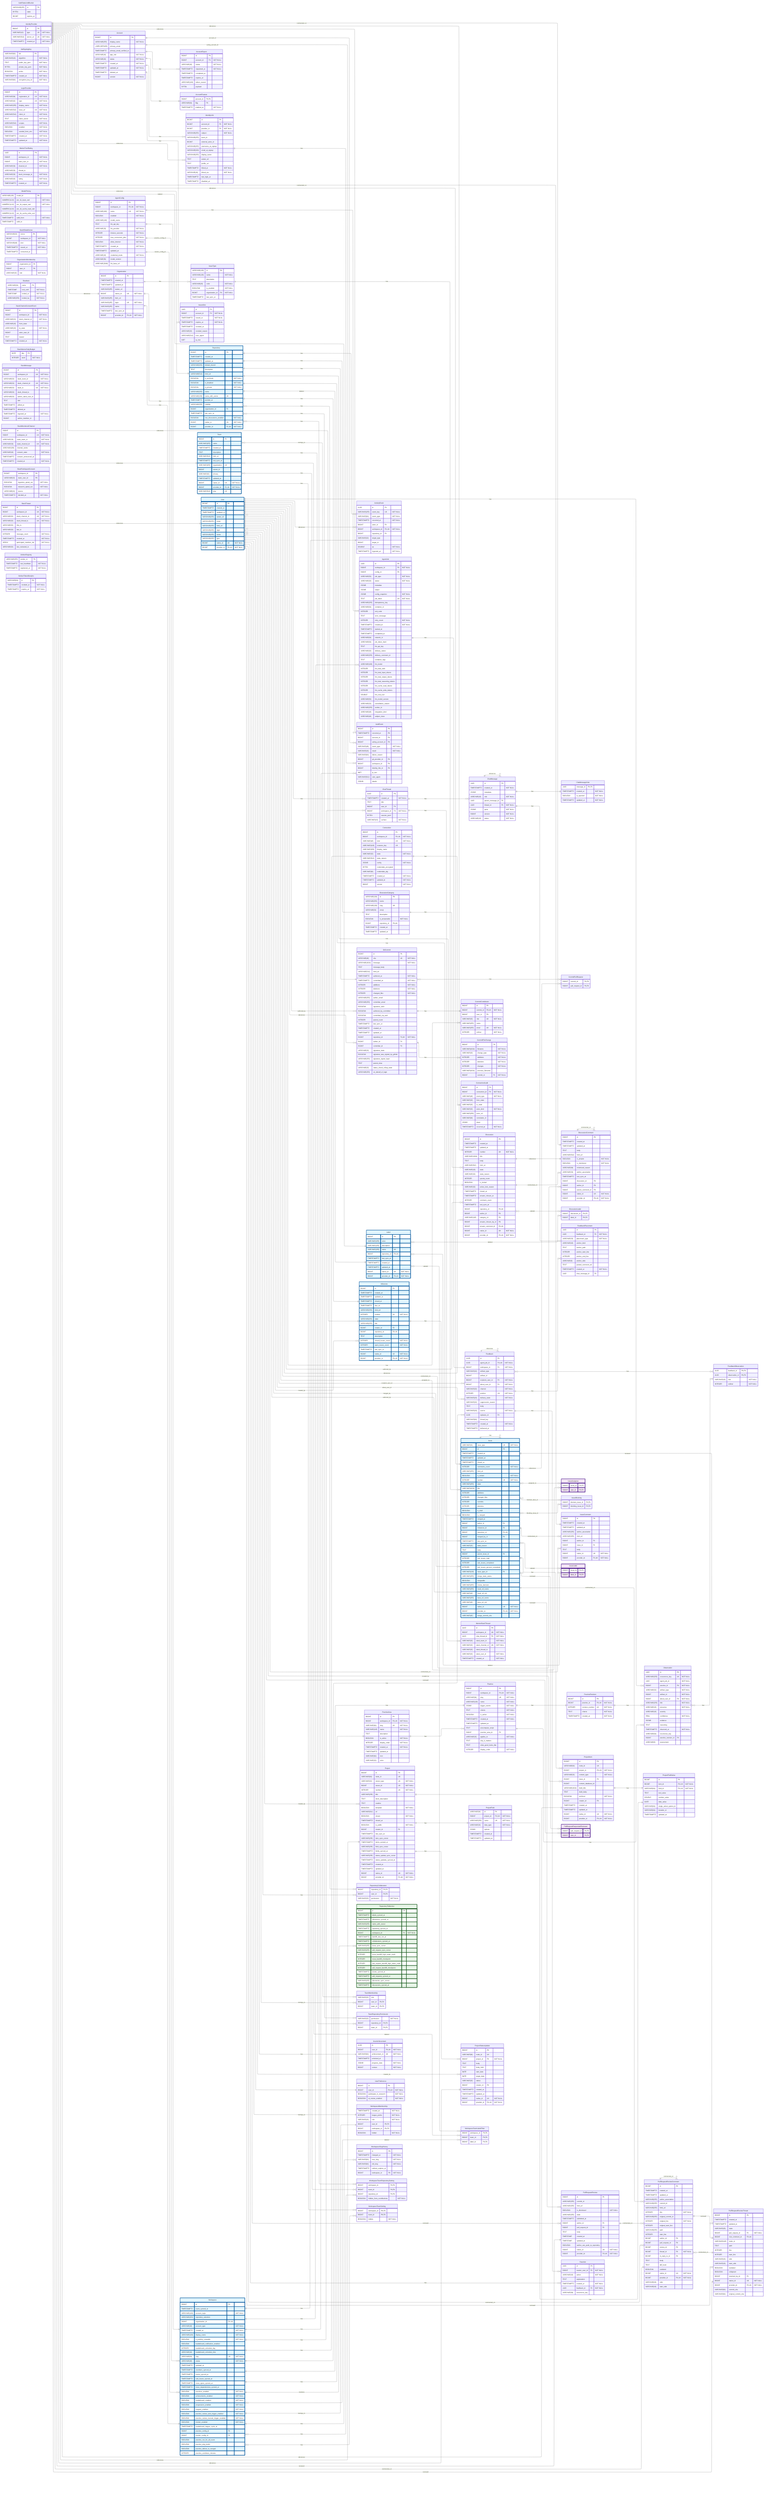
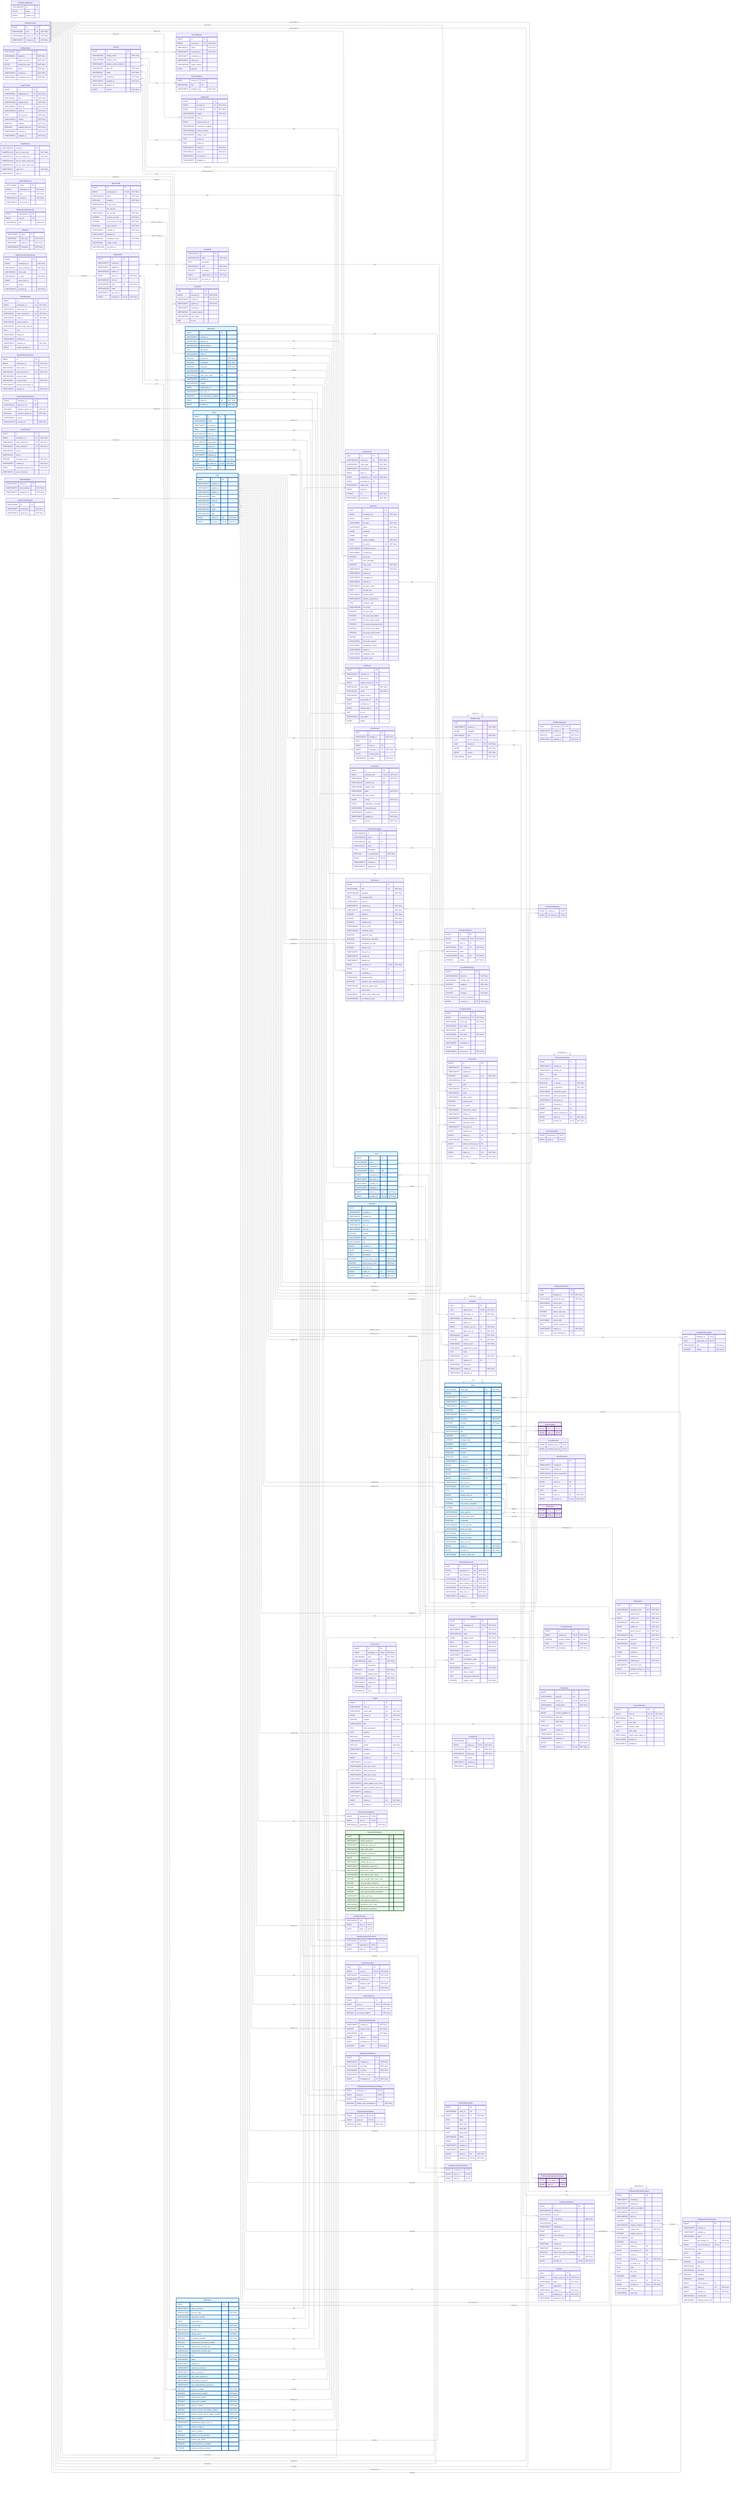
---
config:
    layout: elk
---
erDiagram
    %% Generated automatically from PostgreSQL database schema
    %% using scripts/generate-mermaid-erd.ts
    %% To regenerate: pnpm run db:generate-erd-docs

    direction LR

    Account {
        BIGINT id PK
        VARCHAR(255) display_name "NOT NULL"
        USER-DEFINED primary_email
        TIMESTAMPTZ primary_email_verified_at
        VARCHAR(16) app_role "NOT NULL"
        VARCHAR(16) status "NOT NULL"
        TIMESTAMPTZ created_at "NOT NULL"
        TIMESTAMPTZ updated_at "NOT NULL"
        TIMESTAMPTZ deleted_at
        BIGINT version "NOT NULL"
    }

    AccountExport {
        BIGINT id PK
        BIGINT account_id FK "NOT NULL"
        VARCHAR(16) status "NOT NULL"
        TIMESTAMPTZ requested_at "NOT NULL"
        TIMESTAMPTZ completed_at
        TIMESTAMPTZ expires_at
        VARCHAR(128) failure_reason
        BYTEA payload
    }

    AccountFeature {
        BIGINT account_id PK,FK
        VARCHAR(64) flag PK
        TIMESTAMPTZ enabled_at "NOT NULL"
    }

    ActivityEvent {
        UUID id PK
        VARCHAR(255) event_key UK "NOT NULL"
        VARCHAR(64) event_type "NOT NULL"
        TIMESTAMPTZ occurred_at "NOT NULL"
        BIGINT actor_id FK
        BIGINT workspace_id FK,UK "NOT NULL"
        BIGINT repository_id FK
        VARCHAR(32) target_type
        BIGINT target_id
        DOUBLE xp "NOT NULL"
        TIMESTAMPTZ ingested_at "NOT NULL"
    }

    AgentConfig {
        BIGINT id PK
        BIGINT workspace_id FK,UK "NOT NULL"
        VARCHAR(100) name UK "NOT NULL"
        BOOLEAN enabled "NOT NULL"
        VARCHAR(128) model_name
        TEXT llm_api_key
        VARCHAR(32) llm_provider "NOT NULL"
        INTEGER timeout_seconds "NOT NULL"
        INTEGER max_concurrent_jobs "NOT NULL"
        BOOLEAN allow_internet "NOT NULL"
        TIMESTAMPTZ created_at "NOT NULL"
        TIMESTAMPTZ updated_at
        VARCHAR(16) credential_mode "NOT NULL"
        VARCHAR(50) model_version
        VARCHAR(2048) llm_base_url
    }

    AgentJob {
        UUID id PK
        BIGINT workspace_id FK "NOT NULL"
        BIGINT config_id FK
        VARCHAR(50) job_type "NOT NULL"
        VARCHAR(20) status "NOT NULL"
        JSONB metadata
        JSONB output
        JSONB config_snapshot "NOT NULL"
        TEXT job_token UK "NOT NULL"
        VARCHAR(255) idempotency_key
        VARCHAR(64) container_id
        INTEGER exit_code
        TEXT error_message
        INTEGER retry_count "NOT NULL"
        TIMESTAMPTZ created_at "NOT NULL"
        TIMESTAMPTZ started_at
        TIMESTAMPTZ completed_at
        VARCHAR(64) network_id
        VARCHAR(64) job_token_hash
        TEXT llm_api_key
        VARCHAR(20) delivery_status
        VARCHAR(255) delivery_comment_id
        TEXT container_logs
        VARCHAR(100) llm_model
        INTEGER llm_total_calls
        INTEGER llm_total_input_tokens
        INTEGER llm_total_output_tokens
        INTEGER llm_total_reasoning_tokens
        INTEGER llm_cache_read_tokens
        INTEGER llm_cache_write_tokens
        DOUBLE llm_cost_usd
        VARCHAR(50) llm_model_version
        VARCHAR(32) cancellation_reason
        VARCHAR(255) worker_id
        VARCHAR(48) integration_kind
        VARCHAR(48) subject_class
    }

    AuthEvent {
        BIGINT id PK
        TIMESTAMPTZ occurred_at PK
        BIGINT account_id FK
        BIGINT acting_account_id FK
        VARCHAR(48) event_type "NOT NULL"
        VARCHAR(16) result "NOT NULL"
        VARCHAR(64) failure_reason
        BIGINT git_provider_id FK
        BIGINT workspace_id FK
        BIGINT identity_link_id FK
        INET ip_inet
        VARCHAR(512) user_agent
        JSONB details
    }

    AuthRateLimitBucket {
        VARCHAR(255) id PK
        BYTEA state
        BIGINT expires_at
    }

    ChatMessage {
        UUID id PK
        TIMESTAMPTZ created_at "NOT NULL"
        JSONB metadata
        VARCHAR(16) role "NOT NULL"
        UUID parent_message_id FK
        UUID thread_id FK "NOT NULL"
        JSONB parts "NOT NULL"
        BIGINT version "NOT NULL"
        VARCHAR(16) status "NOT NULL"
    }

    ChatMessageVote {
        UUID message_id PK,FK
        TIMESTAMPTZ created_at "NOT NULL"
        BOOLEAN is_upvoted "NOT NULL"
        TIMESTAMPTZ updated_at "NOT NULL"
    }

    ChatThread {
        UUID id PK
        TIMESTAMPTZ created_at "NOT NULL"
        TEXT title
        BIGINT user_id FK
        BIGINT workspace_id FK "NOT NULL"
        BYTEA session_jsonl
        VARCHAR(16) surface "NOT NULL"
    }

    CommitContributor {
        BIGINT id PK
        BIGINT commit_id FK,UK "NOT NULL"
        BIGINT user_id FK
        VARCHAR(32) role UK "NOT NULL"
        VARCHAR(255) name
        VARCHAR(255) email UK "NOT NULL"
        INTEGER ordinal "NOT NULL"
    }

    CommitFileChange {
        BIGINT id PK
        VARCHAR(1024) filename "NOT NULL"
        VARCHAR(32) change_type "NOT NULL"
        INTEGER additions "NOT NULL"
        INTEGER deletions "NOT NULL"
        INTEGER changes "NOT NULL"
        VARCHAR(1024) previous_filename
        BIGINT commit_id FK "NOT NULL"
    }

    CommitPullRequest {
        BIGINT commit_id PK,FK
        BIGINT pull_request_id PK,FK
    }

    Connection {
        BIGINT id PK
        BIGINT workspace_id FK,UK "NOT NULL"
        VARCHAR(48) kind UK "NOT NULL"
        VARCHAR(128) instance_key UK
        VARCHAR(256) display_name
        VARCHAR(32) state "NOT NULL"
        VARCHAR(512) state_reason
        JSONB config "NOT NULL"
        BYTEA credentials_encrypted
        VARCHAR(64) credentials_alg
        TIMESTAMPTZ created_at "NOT NULL"
        TIMESTAMPTZ updated_at "NOT NULL"
        BIGINT version "NOT NULL"
    }

    ConnectionAudit {
        BIGINT id PK
        BIGINT connection_id FK "NOT NULL"
        VARCHAR(48) event_type "NOT NULL"
        VARCHAR(32) from_state
        VARCHAR(32) to_state
        VARCHAR(32) actor_kind "NOT NULL"
        VARCHAR(256) actor_ref
        VARCHAR(64) correlation_id
        JSONB detail
        TIMESTAMPTZ occurred_at "NOT NULL"
    }

    Discussion {
        BIGINT id PK
        TIMESTAMPTZ created_at
        TIMESTAMPTZ updated_at
        INTEGER number UK "NOT NULL"
        VARCHAR(1024) title
        TEXT body
        VARCHAR(512) html_url
        VARCHAR(16) state
        VARCHAR(32) state_reason
        INTEGER upvote_count
        BOOLEAN is_locked
        VARCHAR(32) active_lock_reason
        TIMESTAMPTZ closed_at
        TIMESTAMPTZ answer_chosen_at
        INTEGER comment_count
        TIMESTAMPTZ last_sync_at
        BIGINT repository_id FK,UK
        BIGINT author_id FK
        VARCHAR(128) category_id FK
        BIGINT answer_chosen_by_id FK
        BIGINT answer_comment_id FK,UK
        BIGINT native_id UK "NOT NULL"
        BIGINT provider_id FK,UK "NOT NULL"
    }

    DiscussionCategory {
        VARCHAR(128) id PK
        VARCHAR(255) name
        VARCHAR(128) slug UK
        VARCHAR(32) emoji
        TEXT description
        BOOLEAN is_answerable "NOT NULL"
        BIGINT repository_id FK,UK
        TIMESTAMPTZ created_at
        TIMESTAMPTZ updated_at
    }

    DiscussionComment {
        BIGINT id PK
        TIMESTAMPTZ created_at
        TIMESTAMPTZ updated_at
        TEXT body
        VARCHAR(512) html_url
        BOOLEAN is_answer "NOT NULL"
        BOOLEAN is_minimized "NOT NULL"
        VARCHAR(64) minimized_reason
        VARCHAR(32) author_association
        TIMESTAMPTZ last_sync_at
        BIGINT discussion_id FK
        BIGINT author_id FK
        BIGINT parent_comment_id FK
        BIGINT native_id UK "NOT NULL"
        BIGINT provider_id FK,UK "NOT NULL"
    }

    DiscussionLabel {
        BIGINT discussion_id PK,FK
        BIGINT label_id PK,FK
    }

    Feedback {
        UUID id PK
        UUID agent_job_id FK,UK "NOT NULL"
        BIGINT workspace_id FK "NOT NULL"
        VARCHAR(32) artifact_type
        BIGINT artifact_id
        BIGINT recipient_user_id FK "NOT NULL"
        BIGINT about_user_id FK "NOT NULL"
        VARCHAR(32) channel "NOT NULL"
        INTEGER position UK "NOT NULL"
        VARCHAR(16) delivery_state "NOT NULL"
        VARCHAR(32) suppression_reason
        TEXT body
        VARCHAR(16) source "NOT NULL"
        UUID replaces_id FK
        VARCHAR(64) thread_key
        TIMESTAMPTZ created_at "NOT NULL"
        TIMESTAMPTZ delivered_at
    }

    FeedbackObservation {
        UUID feedback_id PK,FK
        UUID observation_id PK,FK
        VARCHAR(16) role "NOT NULL"
        INTEGER ordinal "NOT NULL"
    }

    FeedbackPlacement {
        UUID id PK
        UUID feedback_id FK "NOT NULL"
        VARCHAR(32) placement_type "NOT NULL"
        VARCHAR(16) anchor_kind
        TEXT anchor_path
        INTEGER anchor_start_line
        INTEGER anchor_end_line
        VARCHAR(8) anchor_side
        TEXT posted_comment_ref
        TIMESTAMPTZ created_at "NOT NULL"
        UUID chat_message_id FK
    }

    GitCommit {
        BIGINT id PK
        VARCHAR(40) sha UK "NOT NULL"
        VARCHAR(1024) message "NOT NULL"
        TEXT message_body
        VARCHAR(512) html_url
        TIMESTAMPTZ authored_at "NOT NULL"
        TIMESTAMPTZ committed_at "NOT NULL"
        INTEGER additions "NOT NULL"
        INTEGER deletions "NOT NULL"
        INTEGER changed_files "NOT NULL"
        VARCHAR(255) author_email
        VARCHAR(255) committer_email
        BOOLEAN signature_valid
        BOOLEAN authored_by_committer
        BOOLEAN committed_via_web
        INTEGER parent_count
        TIMESTAMPTZ last_sync_at
        TIMESTAMPTZ created_at
        TIMESTAMPTZ updated_at
        BIGINT repository_id FK,UK "NOT NULL"
        BIGINT author_id FK
        BIGINT committer_id FK
        VARCHAR(32) signature_state
        BOOLEAN signature_was_signed_by_github
        VARCHAR(255) signature_signer_login
        TEXT parent_shas
        VARCHAR(32) status_check_rollup_state
        VARCHAR(255) on_behalf_of_login
    }

    IdentityLink {
        BIGINT id PK
        BIGINT account_id FK "NOT NULL"
        BIGINT provider_id FK "NOT NULL"
        VARCHAR(255) subject "NOT NULL"
        VARCHAR(255) team_id
        BIGINT external_actor_id
        VARCHAR(255) username_at_signup
        VARCHAR(320) email_at_signup
        VARCHAR(255) display_name
        TEXT avatar_url
        TEXT profile_url
        TIMESTAMPTZ linked_at "NOT NULL"
        VARCHAR(16) linked_via "NOT NULL"
        TIMESTAMPTZ last_login_at
        TIMESTAMPTZ disabled_at
    }

    IdentityProvider {
        BIGINT id PK
        VARCHAR(10) type UK "NOT NULL"
        VARCHAR(512) server_url UK "NOT NULL"
        TIMESTAMPTZ created_at "NOT NULL"
    }

    Issue {
        VARCHAR(31) issue_type UK "NOT NULL"
        BIGINT id PK
        TIMESTAMPTZ created_at
        TIMESTAMPTZ updated_at
        TIMESTAMPTZ closed_at
        INTEGER comments_count "NOT NULL"
        VARCHAR(255) html_url
        BOOLEAN is_locked "NOT NULL"
        INTEGER number UK "NOT NULL"
        VARCHAR(255) state
        VARCHAR(1024) title
        INTEGER additions
        INTEGER changed_files
        INTEGER commits
        INTEGER deletions
        BOOLEAN is_draft
        BOOLEAN is_merged
        TIMESTAMPTZ merged_at
        BIGINT author_id FK
        BIGINT milestone_id FK
        BIGINT repository_id FK,UK
        BIGINT merged_by_id FK
        TIMESTAMPTZ last_sync_at
        VARCHAR(32) state_reason
        TEXT body
        BIGINT parent_issue_id FK
        INTEGER sub_issues_total
        INTEGER sub_issues_completed
        INTEGER sub_issues_percent_completed
        VARCHAR(128) issue_type_id FK
        VARCHAR(255) merge_state_status
        BOOLEAN mergeable
        VARCHAR(255) review_decision
        VARCHAR(255) head_ref_name
        VARCHAR(40) head_ref_oid
        VARCHAR(255) base_ref_name
        VARCHAR(40) base_ref_oid
        BIGINT native_id UK "NOT NULL"
        BIGINT provider_id FK,UK "NOT NULL"
        VARCHAR(40) merge_commit_sha
    }

    IssueAssignee {
        BIGINT issue_id PK,FK
        BIGINT user_id PK,FK
    }

    IssueBlocking {
        BIGINT blocked_issue_id PK,FK
        BIGINT blocking_issue_id PK,FK
    }

    IssueComment {
        BIGINT id PK
        TIMESTAMPTZ created_at
        TIMESTAMPTZ updated_at
        VARCHAR(255) author_association
        VARCHAR(255) html_url
        BIGINT author_id FK
        BIGINT issue_id FK
        TEXT body
        BIGINT native_id UK "NOT NULL"
        BIGINT provider_id FK,UK "NOT NULL"
    }

    IssueLabel {
        BIGINT issue_id PK,FK
        BIGINT label_id PK,FK
    }

    IssueType {
        VARCHAR(128) id PK
        VARCHAR(128) name "NOT NULL"
        TEXT description
        VARCHAR(20) color "NOT NULL"
        BOOLEAN is_enabled "NOT NULL"
        BIGINT organization_id FK "NOT NULL"
        TIMESTAMPTZ last_sync_at
    }

    IssuedJwt {
        UUID jti PK
        BIGINT account_id FK "NOT NULL"
        TIMESTAMPTZ issued_at "NOT NULL"
        TIMESTAMPTZ expires_at "NOT NULL"
        TIMESTAMPTZ revoked_at
        VARCHAR(32) revoked_reason
        VARCHAR(512) user_agent
        INET ip_inet
    }

    JwtSigningKey {
        VARCHAR(64) kid PK
        VARCHAR(16) algorithm "NOT NULL"
        TEXT public_key_pem "NOT NULL"
        BYTEA private_key_pem "NOT NULL"
        BOOLEAN active "NOT NULL"
        TIMESTAMPTZ created_at "NOT NULL"
        VARCHAR(64) encryption_key_id "NOT NULL"
    }

    Label {
        BIGINT id PK
        VARCHAR(255) color
        VARCHAR(255) description
        VARCHAR(255) name UK
        BIGINT repository_id FK,UK
        TIMESTAMPTZ last_sync_at
        TIMESTAMPTZ created_at
        TIMESTAMPTZ updated_at
        BIGINT native_id UK "NOT NULL"
        BIGINT provider_id FK,UK "NOT NULL"
    }

    LoginProvider {
        BIGINT id PK
        VARCHAR(64) registration_id UK "NOT NULL"
        VARCHAR(10) type UK "NOT NULL"
        VARCHAR(255) display_name "NOT NULL"
        VARCHAR(512) base_url UK "NOT NULL"
        VARCHAR(512) client_id "NOT NULL"
        TEXT client_secret "NOT NULL"
        VARCHAR(512) scopes "NOT NULL"
        BOOLEAN enabled "NOT NULL"
        BOOLEAN seeded_from_env "NOT NULL"
        TIMESTAMPTZ created_at "NOT NULL"
        TIMESTAMPTZ updated_at "NOT NULL"
    }

    MentorSlackThread {
        UUID id PK
        BIGINT workspace_id UK "NOT NULL"
        UUID chat_thread_id FK "NOT NULL"
        VARCHAR(32) slack_team_id "NOT NULL"
        VARCHAR(32) slack_channel_id UK "NOT NULL"
-         VARCHAR(32) slack_thread_ts
+         VARCHAR(32) slack_thread_ts UK "NOT NULL"
        VARCHAR(32) slack_user_id "NOT NULL"
-         TIMESTAMPTZ created_at "NOT NULL"
-     }
- 
-     MentorTurnRating {
-         UUID id PK
-         BIGINT workspace_id "NOT NULL"
-         BIGINT rater_user_id "NOT NULL"
-         VARCHAR(32) channel_id "NOT NULL"
-         VARCHAR(32) thread_ts
-         VARCHAR(32) slack_message_ts "NOT NULL"
-         VARCHAR(16) rating "NOT NULL"
        TIMESTAMPTZ created_at "NOT NULL"
    }

    Milestone {
        BIGINT id PK
        TIMESTAMPTZ created_at
        TIMESTAMPTZ updated_at
        TIMESTAMPTZ closed_at
        TIMESTAMPTZ due_on
        VARCHAR(255) html_url
        INTEGER number UK "NOT NULL"
        VARCHAR(255) state
        VARCHAR(255) title
        BIGINT creator_id FK
        BIGINT repository_id FK,UK
        TEXT description
        INTEGER closed_issues_count "NOT NULL"
        INTEGER open_issues_count "NOT NULL"
        TIMESTAMPTZ last_sync_at
        BIGINT native_id UK "NOT NULL"
        BIGINT provider_id FK,UK "NOT NULL"
    }

    ModelPricing {
        VARCHAR(128) model_id PK
        NUMERIC(12,6) per_1k_input_usd "NOT NULL"
        NUMERIC(12,6) per_1k_output_usd "NOT NULL"
        NUMERIC(12,6) per_1k_cache_read_usd
        NUMERIC(12,6) per_1k_cache_write_usd
        TIMESTAMPTZ valid_from "NOT NULL"
        TIMESTAMPTZ valid_to
    }

    OauthStateNonce {
        VARCHAR(32) nonce PK
        BIGINT workspace_id "NOT NULL"
        VARCHAR(48) kind "NOT NULL"
        TIMESTAMPTZ issued_at "NOT NULL"
        TIMESTAMPTZ consumed_at
    }

    Observation {
        UUID id PK
        VARCHAR(255) occurrence_key UK "NOT NULL"
        UUID agent_job_id "NOT NULL"
        BIGINT practice_id FK "NOT NULL"
        VARCHAR(32) artifact_type "NOT NULL"
        BIGINT artifact_id "NOT NULL"
        BIGINT about_user_id FK "NOT NULL"
        VARCHAR(255) title "NOT NULL"
        VARCHAR(16) presence "NOT NULL"
        VARCHAR(16) severity
        REAL confidence "NOT NULL"
        JSONB evidence
        TEXT reasoning
        TIMESTAMPTZ observed_at "NOT NULL"
        VARCHAR(64) recurrence_key
        BIGINT practice_revision_id FK
        VARCHAR(8) assessment
    }

    Organization {
        BIGINT id PK
        TIMESTAMPTZ created_at
        TIMESTAMPTZ updated_at
        VARCHAR(255) avatar_url
        BIGINT native_id UK "NOT NULL"
        VARCHAR(255) html_url
        VARCHAR(255) login UK "NOT NULL"
        VARCHAR(255) name
        TIMESTAMPTZ last_sync_at
        BIGINT provider_id FK,UK "NOT NULL"
    }

    OrganizationMembership {
        BIGINT organization_id PK
        BIGINT user_id PK
        VARCHAR(32) role "NOT NULL"
    }

    Practice {
        BIGINT id PK
        BIGINT workspace_id FK,UK "NOT NULL"
        VARCHAR(64) slug UK "NOT NULL"
        VARCHAR(128) name "NOT NULL"
        JSONB trigger_events "NOT NULL"
        TEXT criteria "NOT NULL"
        BOOLEAN is_active "NOT NULL"
        TIMESTAMPTZ created_at "NOT NULL"
        TIMESTAMPTZ updated_at
        TEXT precompute_script
        BIGINT practice_area_id FK
        VARCHAR(32) applies_to "NOT NULL"
        TEXT why_it_matters
        TEXT what_good_looks_like
        INTEGER display_order "NOT NULL"
    }

    PracticeArea {
        BIGINT id PK
        BIGINT workspace_id FK,UK "NOT NULL"
        VARCHAR(64) slug UK "NOT NULL"
        VARCHAR(128) name "NOT NULL"
        TEXT description
        BOOLEAN is_active "NOT NULL"
        INTEGER display_order "NOT NULL"
        TIMESTAMPTZ created_at "NOT NULL"
        TIMESTAMPTZ updated_at
        VARCHAR(64) icon
        VARCHAR(32) color
    }

    PracticeRevision {
        BIGINT id PK
        BIGINT practice_id FK,UK "NOT NULL"
        INTEGER revision_number UK "NOT NULL"
        TEXT criteria "NOT NULL"
        TIMESTAMPTZ created_at "NOT NULL"
    }

    Project {
        BIGINT id PK
        VARCHAR(64) node_id UK
        VARCHAR(32) owner_type UK "NOT NULL"
        BIGINT owner_id UK "NOT NULL"
        INTEGER number UK "NOT NULL"
        VARCHAR(256) title
        TEXT short_description
        TEXT readme
        BOOLEAN template "NOT NULL"
        VARCHAR(512) url
        BOOLEAN closed "NOT NULL"
        TIMESTAMPTZ closed_at
        BOOLEAN is_public "NOT NULL"
        BIGINT creator_id FK
        TIMESTAMPTZ last_sync_at
        VARCHAR(256) item_sync_cursor
        TIMESTAMPTZ items_synced_at
        VARCHAR(256) field_sync_cursor
        TIMESTAMPTZ fields_synced_at
        VARCHAR(256) status_update_sync_cursor
        TIMESTAMPTZ status_updates_synced_at
        TIMESTAMPTZ created_at
        TIMESTAMPTZ updated_at
        BIGINT native_id UK "NOT NULL"
        BIGINT provider_id FK,UK "NOT NULL"
    }

    ProjectField {
        VARCHAR(64) id PK
        BIGINT project_id FK,UK "NOT NULL"
        VARCHAR(256) name UK "NOT NULL"
        VARCHAR(32) data_type "NOT NULL"
        JSONB options
        TIMESTAMPTZ created_at
        TIMESTAMPTZ updated_at
    }

    ProjectFieldValue {
        BIGINT id PK
        BIGINT item_id FK,UK "NOT NULL"
        VARCHAR(64) field_id FK,UK "NOT NULL"
        TEXT text_value
        DOUBLE number_value
        DATE date_value
        VARCHAR(64) single_select_option_id
        VARCHAR(64) iteration_id
        TIMESTAMPTZ updated_at
    }

    ProjectItem {
        BIGINT id PK
        VARCHAR(64) node_id UK
        BIGINT project_id FK,UK "NOT NULL"
        VARCHAR(32) content_type "NOT NULL"
        BIGINT issue_id FK
        BIGINT content_database_id
        VARCHAR(1024) draft_title
        TEXT draft_body
        BOOLEAN archived "NOT NULL"
        BIGINT creator_id FK
        TIMESTAMPTZ created_at
        TIMESTAMPTZ updated_at
        BIGINT native_id UK "NOT NULL"
        BIGINT provider_id FK,UK "NOT NULL"
    }

    ProjectStatusUpdate {
        BIGINT id PK
        VARCHAR(64) node_id UK
        BIGINT project_id FK "NOT NULL"
        TEXT body
        TEXT body_html
        DATE start_date
        DATE target_date
        VARCHAR(32) status
        BIGINT creator_id FK
        TIMESTAMPTZ created_at
        TIMESTAMPTZ updated_at
        BIGINT native_id UK "NOT NULL"
        BIGINT provider_id FK,UK "NOT NULL"
    }

    PullRequestRequestedReviewer {
        BIGINT pull_request_id PK,FK
        BIGINT user_id PK,FK
    }

    PullRequestReview {
        BIGINT id PK
        VARCHAR(255) commit_id
        VARCHAR(255) html_url
        BOOLEAN is_dismissed "NOT NULL"
        VARCHAR(255) state
        TIMESTAMPTZ submitted_at
        BIGINT author_id FK
        BIGINT pull_request_id FK
        TEXT body
        TIMESTAMP created_at
        TIMESTAMP updated_at
        BOOLEAN author_can_push_to_repository
        BIGINT native_id UK "NOT NULL"
        BIGINT provider_id FK,UK "NOT NULL"
    }

    PullRequestReviewComment {
        BIGINT id PK
        TIMESTAMPTZ created_at
        TIMESTAMPTZ updated_at
        VARCHAR(255) author_association
        VARCHAR(255) commit_id
        VARCHAR(255) html_url
        INTEGER line "NOT NULL"
        VARCHAR(255) original_commit_id
        INTEGER original_line "NOT NULL"
        INTEGER original_start_line
        VARCHAR(255) path
        INTEGER start_line
        BIGINT author_id FK
        BIGINT pull_request_id FK
        BIGINT review_id FK
        BIGINT thread_id FK "NOT NULL"
        BIGINT in_reply_to_id FK
        TEXT body
        TEXT diff_hunk
        BOOLEAN outdated
        BIGINT native_id UK "NOT NULL"
        BIGINT provider_id FK,UK "NOT NULL"
        VARCHAR(16) side
        VARCHAR(16) start_side
    }

    PullRequestReviewThread {
        BIGINT id PK
        TIMESTAMPTZ created_at
        TIMESTAMPTZ updated_at
        VARCHAR(20) state
        BIGINT pull_request_id FK "NOT NULL"
        BIGINT root_comment_id FK,UK
        VARCHAR(128) node_id
        TEXT path
        INTEGER line
        INTEGER start_line
        VARCHAR(16) side
        VARCHAR(16) start_side
        BOOLEAN outdated
        BOOLEAN collapsed
        BIGINT resolved_by_id FK
        BIGINT native_id UK "NOT NULL"
        BIGINT provider_id FK,UK "NOT NULL"
        VARCHAR(64) commit_sha
        VARCHAR(64) original_commit_sha
    }

    Reaction {
        UUID id PK
        BIGINT reactor_user_id FK "NOT NULL"
        VARCHAR(16) action "NOT NULL"
        TEXT explanation
        TIMESTAMPTZ created_at "NOT NULL"
        UUID feedback_id FK "NOT NULL"
        VARCHAR(64) recurrence_key
    }

    Repository {
        BIGINT id PK
        TIMESTAMPTZ created_at
        TIMESTAMPTZ updated_at
        VARCHAR(255) default_branch
        TEXT description
        VARCHAR(512) html_url
        BOOLEAN is_archived "NOT NULL"
        BOOLEAN is_disabled "NOT NULL"
        BOOLEAN is_private "NOT NULL"
        VARCHAR(255) name
        VARCHAR(150) name_with_owner UK
        TIMESTAMPTZ pushed_at
        VARCHAR(255) visibility
        BIGINT organization_id FK
        TIMESTAMPTZ last_sync_at
        BOOLEAN has_discussions_enabled "NOT NULL"
        BIGINT native_id UK "NOT NULL"
        BIGINT provider_id FK,UK "NOT NULL"
    }

    RepositoryCollaborator {
        BIGINT repository_id PK,FK
        BIGINT user_id PK,FK
        VARCHAR(32) permission "NOT NULL"
    }

    RepositoryToMonitor {
        BIGINT id PK
        TIMESTAMPTZ labels_synced_at
        TIMESTAMPTZ milestones_synced_at
        VARCHAR(255) name_with_owner
        TIMESTAMPTZ repository_synced_at
        BIGINT workspace_id FK "NOT NULL"
        TIMESTAMPTZ backfill_last_run_at
        TIMESTAMPTZ collaborators_synced_at
        VARCHAR(255) issue_sync_cursor
        VARCHAR(255) pull_request_sync_cursor
        INTEGER issue_backfill_high_water_mark
        INTEGER issue_backfill_checkpoint
        INTEGER pull_request_backfill_high_water_mark
        INTEGER pull_request_backfill_checkpoint
        TIMESTAMPTZ issues_synced_at
        TIMESTAMPTZ pull_requests_synced_at
        VARCHAR(255) discussion_sync_cursor
        TIMESTAMPTZ discussions_synced_at
    }

    Shedlock {
        VARCHAR(64) name PK
        TIMESTAMP lock_until "NOT NULL"
        TIMESTAMP locked_at "NOT NULL"
        VARCHAR(255) locked_by "NOT NULL"
    }

    SlackChannelConsentEvent {
        BIGINT id PK
        BIGINT workspace_id "NOT NULL"
        VARCHAR(32) slack_channel_id "NOT NULL"
        VARCHAR(16) from_state
        VARCHAR(16) to_state "NOT NULL"
        BIGINT actor_user_id
        TEXT reason
        TIMESTAMPTZ created_at "NOT NULL"
-     }
- 
-     SlackMentorDailyBudget {
-         DATE day PK
-         INTEGER used "NOT NULL"
    }

    SlackMessage {
        BIGINT id PK
        BIGINT workspace_id UK "NOT NULL"
        VARCHAR(32) slack_team_id "NOT NULL"
        VARCHAR(32) slack_channel_id UK "NOT NULL"
        VARCHAR(32) slack_ts UK "NOT NULL"
        VARCHAR(32) slack_thread_ts
        VARCHAR(32) author_slack_user_id
        TEXT text
        TIMESTAMPTZ edited_at
        TIMESTAMPTZ deleted_at
        TIMESTAMPTZ ingested_at "NOT NULL"
        BIGINT author_member_id
    }

    SlackMonitoredChannel {
        BIGINT id PK
        BIGINT workspace_id UK "NOT NULL"
        VARCHAR(32) slack_team_id "NOT NULL"
        VARCHAR(32) slack_channel_id UK "NOT NULL"
        VARCHAR(256) channel_name
        VARCHAR(16) consent_state "NOT NULL"
        TIMESTAMPTZ consent_announced_at
        TIMESTAMPTZ created_at "NOT NULL"
    }

    SlackParticipantConsent {
        BIGINT workspace_id PK
        VARCHAR(32) slack_user_id PK
        BOOLEAN ingestion_opted_out "NOT NULL"
        BOOLEAN research_opted_out "NOT NULL"
        VARCHAR(32) source
        TIMESTAMPTZ decided_at "NOT NULL"
    }

    SlackThread {
        BIGINT id PK
        BIGINT workspace_id UK "NOT NULL"
        VARCHAR(32) slack_channel_id UK "NOT NULL"
        VARCHAR(32) slack_thread_ts UK "NOT NULL"
        VARCHAR(32) first_ts
        VARCHAR(32) last_ts
        INTEGER message_count "NOT NULL"
        TIMESTAMPTZ created_at "NOT NULL"
        ARRAY participant_member_ids "NOT NULL"
        VARCHAR(32) last_reviewed_ts
    }

    Team {
        BIGINT id PK
        VARCHAR(255) name
        TIMESTAMPTZ created_at
        TEXT description
        VARCHAR(512) html_url
        TIMESTAMPTZ last_sync_at
        VARCHAR(255) organization UK
        BIGINT parent_id
        VARCHAR(32) privacy
        TIMESTAMPTZ updated_at
        BIGINT native_id UK "NOT NULL"
        BIGINT provider_id FK,UK "NOT NULL"
        VARCHAR(512) slug UK
    }

    TeamMembership {
        VARCHAR(32) role
        BIGINT user_id PK,FK
        BIGINT team_id PK,FK
    }

    TeamRepositoryPermission {
        VARCHAR(32) permission "NOT NULL"
        BIGINT repository_id PK,FK
        BIGINT team_id PK,FK
    }

    User {
        BIGINT id PK
        TIMESTAMPTZ created_at
        TIMESTAMPTZ updated_at
        VARCHAR(255) avatar_url
        VARCHAR(255) email
        VARCHAR(255) html_url
        VARCHAR(255) login
        VARCHAR(255) name
        VARCHAR(255) type
        BIGINT native_id UK "NOT NULL"
        BIGINT provider_id FK,UK "NOT NULL"
    }

    UserAchievement {
        UUID id PK
        BIGINT user_id FK,UK "NOT NULL"
        VARCHAR(64) achievement_id UK "NOT NULL"
        TIMESTAMPTZ unlocked_at
        JSONB progress_data "NOT NULL"
        BIGINT version "NOT NULL"
    }

    UserPreference {
        BIGINT id PK
        BIGINT user_id FK,UK "NOT NULL"
        BOOLEAN participate_in_research "NOT NULL"
        BOOLEAN ai_review_enabled "NOT NULL"
    }

    WorkerRegistry {
        VARCHAR(255) worker_id PK
        TIMESTAMPTZ last_heartbeat "NOT NULL"
        TIMESTAMPTZ registered_at "NOT NULL"
    }

    WorkerTokenDenylist {
        VARCHAR(64) jti PK
        TIMESTAMPTZ revoked_at "NOT NULL"
        TIMESTAMPTZ expires_at "NOT NULL"
    }

    Workspace {
        BIGINT id PK
        TIMESTAMPTZ users_synced_at
        VARCHAR(120) account_login "NOT NULL"
        VARCHAR(255) repository_selection
        BIGINT organization_id FK,UK
        VARCHAR(10) account_type "NOT NULL"
        TIMESTAMPTZ created_at "NOT NULL"
        VARCHAR(120) display_name "NOT NULL"
        BOOLEAN is_publicly_viewable "NOT NULL"
        BOOLEAN leaderboard_notification_enabled
        INTEGER leaderboard_schedule_day
        VARCHAR(10) leaderboard_schedule_time
        VARCHAR(64) slug UK "NOT NULL"
        VARCHAR(20) status "NOT NULL"
        TIMESTAMPTZ updated_at
        TIMESTAMPTZ members_synced_at
        TIMESTAMPTZ teams_synced_at
        TIMESTAMPTZ sub_issues_synced_at
        TIMESTAMPTZ issue_types_synced_at
        TIMESTAMPTZ issue_dependencies_synced_at
        BOOLEAN practices_enabled "NOT NULL"
        BOOLEAN achievements_enabled "NOT NULL"
        BOOLEAN leaderboard_enabled "NOT NULL"
        BOOLEAN progression_enabled "NOT NULL"
        BOOLEAN leagues_enabled "NOT NULL"
        BOOLEAN practice_review_auto_trigger_enabled "NOT NULL"
        BOOLEAN practice_review_manual_trigger_enabled "NOT NULL"
        BOOLEAN mentor_enabled "NOT NULL"
        TIMESTAMPTZ leaderboard_league_cycle_at
        BIGINT practice_config_id FK
        BIGINT mentor_config_id FK
        BOOLEAN practice_run_for_all_users
        BOOLEAN practice_skip_drafts
        BOOLEAN practice_deliver_to_merged
        INTEGER practice_cooldown_minutes
    }

    WorkspaceMembership {
        TIMESTAMPTZ created_at "NOT NULL"
        INTEGER league_points "NOT NULL"
        VARCHAR(16) role "NOT NULL"
        BIGINT user_id PK,FK
        BIGINT workspace_id PK,FK
        BOOLEAN hidden "NOT NULL"
    }

    WorkspaceSlugHistory {
        BIGINT id PK
        TIMESTAMPTZ changed_at "NOT NULL"
        VARCHAR(64) new_slug "NOT NULL"
        VARCHAR(64) old_slug "NOT NULL"
        TIMESTAMPTZ redirect_expires_at
        BIGINT workspace_id FK "NOT NULL"
    }

    WorkspaceTeamLabelFilter {
        BIGINT workspace_id PK,FK
        BIGINT team_id PK,FK
        BIGINT label_id PK,FK
    }

    WorkspaceTeamRepositorySetting {
        BIGINT workspace_id PK,FK
        BIGINT team_id PK,FK
        BIGINT repository_id PK,FK
        BOOLEAN hidden_from_contributions "NOT NULL"
    }

    WorkspaceTeamSetting {
        BIGINT workspace_id PK,FK
        BIGINT team_id PK,FK
        BOOLEAN hidden "NOT NULL"
    }

    %% Relationships
    %% One-to-One relationships
    Account ||--|| AccountFeature : has
    Workspace ||--|| ActivityEvent : has
    Workspace ||--|| AgentConfig : has
    ChatMessage ||--|| ChatMessageVote : has
    GitCommit ||--|| CommitContributor : has
    Workspace ||--|| Connection : has
    Repository ||--|| Discussion : has
    DiscussionComment ||--|| Discussion : references
    IdentityProvider ||--|| Discussion : references
    Repository ||--|| DiscussionCategory : has
    IdentityProvider ||--|| DiscussionComment : commented_on
    AgentJob ||--|| Feedback : has
    Repository ||--|| GitCommit : has
    Repository ||--|| Issue : has
    IdentityProvider ||--|| Issue : references
    IdentityProvider ||--|| IssueComment : commented_on
    Repository ||--|| Label : labeled
    IdentityProvider ||--|| Label : labeled
    Repository ||--|| Milestone : has
    IdentityProvider ||--|| Milestone : references
    IdentityProvider ||--|| Organization : references
    Workspace ||--|| Practice : has
    Workspace ||--|| PracticeArea : has
    Practice ||--|| PracticeRevision : has
    IdentityProvider ||--|| Project : references
    Project ||--|| ProjectField : has
    ProjectItem ||--|| ProjectFieldValue : has
    ProjectField ||--|| ProjectFieldValue : has
    Project ||--|| ProjectItem : has
    IdentityProvider ||--|| ProjectItem : references
    IdentityProvider ||--|| ProjectStatusUpdate : references
    IdentityProvider ||--|| PullRequestReview : reviewed
    IdentityProvider ||--|| PullRequestReviewComment : commented_on
    PullRequestReviewComment ||--|| PullRequestReviewThread : reviewed
    IdentityProvider ||--|| PullRequestReviewThread : reviewed
    IdentityProvider ||--|| Repository : references
    IdentityProvider ||--|| Team : references
    IdentityProvider ||--|| User : references
    User ||--|| UserAchievement : has
    User ||--|| UserPreference : has
    Organization ||--|| Workspace : has
    User ||--|| WorkspaceMembership : belongs_to
    Workspace ||--|| WorkspaceMembership : belongs_to

    %% One-to-Many relationships
    Account ||--o{ AccountExport : has
    User ||--o{ ActivityEvent : references
    Repository ||--o{ ActivityEvent : has
    Workspace ||--o{ AgentJob : has
    AgentConfig ||--o{ AgentJob : has
    Account ||--o{ AuthEvent : account_id
    Account ||--o{ AuthEvent : acting_account_id
    IdentityProvider ||--o{ AuthEvent : references
    Workspace ||--o{ AuthEvent : has
    IdentityLink ||--o{ AuthEvent : has
    ChatMessage ||--o{ ChatMessage : references
    ChatThread ||--o{ ChatMessage : has
    User ||--o{ ChatThread : has
    Workspace ||--o{ ChatThread : has
    User ||--o{ CommitContributor : has
    GitCommit ||--o{ CommitFileChange : has
    Connection ||--o{ ConnectionAudit : has
    User ||--o{ Discussion : authored_by
    DiscussionCategory ||--o{ Discussion : has
    User ||--o{ Discussion : references
    Discussion ||--o{ DiscussionComment : commented_on
    User ||--o{ DiscussionComment : commented_on
    DiscussionComment ||--o{ DiscussionComment : commented_on
    Workspace ||--o{ Feedback : has
    User ||--o{ Feedback : recipient_user_id
    User ||--o{ Feedback : about_user_id
    Feedback ||--o{ Feedback : references
    Feedback ||--o{ FeedbackPlacement : has
    ChatMessage ||--o{ FeedbackPlacement : has
    User ||--o{ GitCommit : authored_by
    User ||--o{ GitCommit : references
    Account ||--o{ IdentityLink : has
    IdentityProvider ||--o{ IdentityLink : references
    User ||--o{ Issue : authored_by
    Milestone ||--o{ Issue : has
    User ||--o{ Issue : merged_by
    Issue ||--o{ Issue : has
    IssueType ||--o{ Issue : has
    User ||--o{ IssueComment : commented_on
    Issue ||--o{ IssueComment : commented_on
    Organization ||--o{ IssueType : has
    Account ||--o{ IssuedJwt : has
    ChatThread ||--o{ MentorSlackThread : has
    User ||--o{ Milestone : created_by
    Practice ||--o{ Observation : has
    User ||--o{ Observation : has
    PracticeRevision ||--o{ Observation : has
    PracticeArea ||--o{ Practice : has
    User ||--o{ Project : created_by
    Issue ||--o{ ProjectItem : has
    User ||--o{ ProjectItem : created_by
    Project ||--o{ ProjectStatusUpdate : has
    User ||--o{ ProjectStatusUpdate : created_by
    User ||--o{ PullRequestReview : reviewed
    Issue ||--o{ PullRequestReview : reviewed
    User ||--o{ PullRequestReviewComment : commented_on
    Issue ||--o{ PullRequestReviewComment : commented_on
    PullRequestReview ||--o{ PullRequestReviewComment : commented_on
    PullRequestReviewThread ||--o{ PullRequestReviewComment : commented_on
    PullRequestReviewComment ||--o{ PullRequestReviewComment : commented_on
    Issue ||--o{ PullRequestReviewThread : reviewed
    User ||--o{ PullRequestReviewThread : reviewed
    User ||--o{ Reaction : has
    Feedback ||--o{ Reaction : has
    Organization ||--o{ Repository : has
    Workspace ||--o{ RepositoryToMonitor : monitors
    AgentConfig ||--o{ Workspace : practice_config_id
    AgentConfig ||--o{ Workspace : mentor_config_id
    Workspace ||--o{ WorkspaceSlugHistory : has

    %% Many-to-Many relationships
    GitCommit }o--o{ CommitPullRequest : has
    Issue }o--o{ CommitPullRequest : references
    Discussion }o--o{ DiscussionLabel : labeled
    Label }o--o{ DiscussionLabel : labeled
    Feedback }o--o{ FeedbackObservation : has
    Observation }o--o{ FeedbackObservation : has
    Issue }o--o{ IssueAssignee : assigned_to
    User }o--o{ IssueAssignee : assigned_to
    Issue }o--o{ IssueBlocking : blocked_issue_id
    Issue }o--o{ IssueBlocking : blocking_issue_id
    Issue }o--o{ IssueLabel : labeled
    Label }o--o{ IssueLabel : labeled
    Issue }o--o{ PullRequestRequestedReviewer : reviewed
    User }o--o{ PullRequestRequestedReviewer : reviewed
    Repository }o--o{ RepositoryCollaborator : has
    User }o--o{ RepositoryCollaborator : has
    User }o--o{ TeamMembership : belongs_to
    Team }o--o{ TeamMembership : belongs_to
    Repository }o--o{ TeamRepositoryPermission : has
    Team }o--o{ TeamRepositoryPermission : has
    Workspace }o--o{ WorkspaceTeamLabelFilter : labeled
    Team }o--o{ WorkspaceTeamLabelFilter : labeled
    Label }o--o{ WorkspaceTeamLabelFilter : labeled
    Workspace }o--o{ WorkspaceTeamRepositorySetting : has
    Team }o--o{ WorkspaceTeamRepositorySetting : has
    Repository }o--o{ WorkspaceTeamRepositorySetting : has
    Workspace }o--o{ WorkspaceTeamSetting : has
    Team }o--o{ WorkspaceTeamSetting : has

    %% Styling
    classDef primaryEntity fill:#e1f5fe,stroke:#01579b,stroke-width:2px
    classDef associationEntity fill:#f3e5f5,stroke:#4a148c,stroke-width:2px
    classDef metadataEntity fill:#e8f5e8,stroke:#1b5e20,stroke-width:2px

    class Issue primaryEntity
    class IssueAssignee associationEntity
    class IssueLabel associationEntity
    class Label primaryEntity
    class Milestone primaryEntity
    class PullRequestRequestedReviewer associationEntity
    class Repository primaryEntity
    class RepositoryToMonitor metadataEntity
    class Team primaryEntity
    class User primaryEntity
    class Workspace primaryEntity
